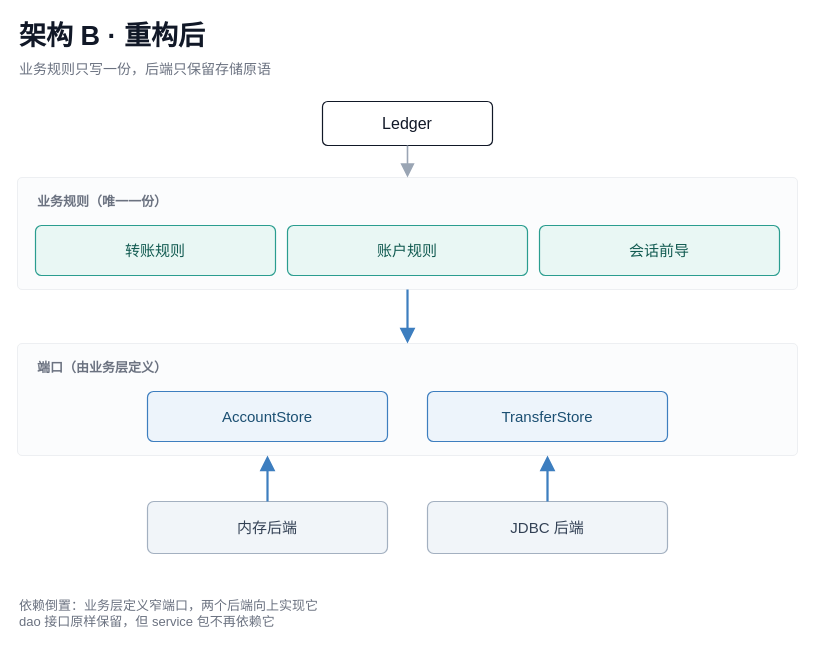
This is docs/figures/architecture-b.drawio from TheaDust/modi-agent, a draw.io file, before an edit. Source tidied: cells renumbered, new cells numbered last; positions are measured from the earlier drawing's top-left corner, leaving out a move shared by most shapes. Both pictures are drawn from the tidied source at 100%, with x=0, y=0 at pixel (17, 17).
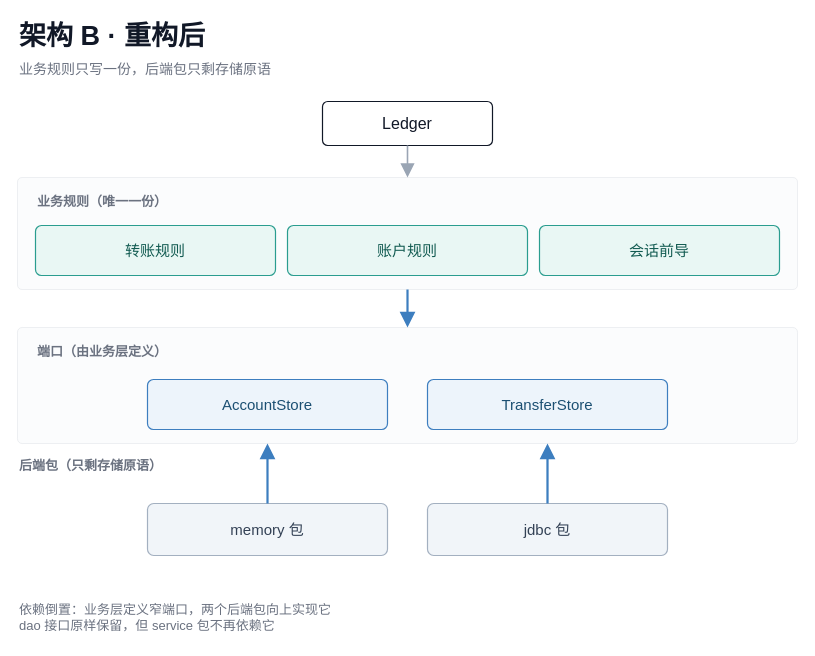
The same diagram, later.

Commit message (it also covers changes not shown here):
docs(figures): 统一两张架构图的包名术语

Unchanged cells that the change refers to:
```xml
<mxCell id="4" value="Ledger" style="rounded=1;arcSize=12;html=1;whiteSpace=wrap;fillColor=#FFFFFF;strokeColor=#111827;strokeWidth=1.2;fontSize=16;fontColor=#111827;align=center;verticalAlign=middle;" parent="1" vertex="1">
  <mxGeometry x="305" y="84" width="170" height="44" as="geometry" />
</mxCell>
<mxCell id="5" style="rounded=1;arcSize=4;html=1;fillColor=#FBFCFD;strokeColor=#EDEFF2;strokeWidth=1;" parent="1" vertex="1">
  <mxGeometry y="160" width="780" height="112" as="geometry" />
</mxCell>
```

Diff of the diagram source:
```diff
@@
-    <mxCell id="3" value="业务规则只写一份，后端只保留存储原语" style="text;html=1;whiteSpace=wrap;align=left;verticalAlign=middle;fontSize=14;fontColor=#6B7280;" parent="1" vertex="1">
+    <mxCell id="3" value="业务规则只写一份，后端包只剩存储原语" style="text;html=1;whiteSpace=wrap;align=left;verticalAlign=middle;fontSize=14;fontColor=#6B7280;" parent="1" vertex="1">
       <mxGeometry y="40" width="780" height="24" as="geometry" />
     </mxCell>
@@
     <mxCell id="10" style="rounded=1;arcSize=4;html=1;fillColor=#FBFCFD;strokeColor=#EDEFF2;strokeWidth=1;" parent="1" vertex="1">
-      <mxGeometry y="326" width="780" height="112" as="geometry" />
+      <mxGeometry y="310" width="780" height="116" as="geometry" />
     </mxCell>
     <mxCell id="11" value="端口（由业务层定义）" style="text;html=1;whiteSpace=wrap;align=left;verticalAlign=middle;fontSize=13;fontStyle=1;fontColor=#6B7280;" parent="1" vertex="1">
-      <mxGeometry x="18" y="338" width="400" height="24" as="geometry" />
+      <mxGeometry x="18" y="322" width="400" height="24" as="geometry" />
     </mxCell>
     <mxCell id="12" value="AccountStore" style="rounded=1;arcSize=12;html=1;whiteSpace=wrap;fillColor=#EDF4FB;strokeColor=#3D7EBF;strokeWidth=1.2;fontSize=15;fontColor=#1B4F72;align=center;verticalAlign=middle;" parent="1" vertex="1">
-      <mxGeometry x="130" y="374" width="240" height="50" as="geometry" />
+      <mxGeometry x="130" y="362" width="240" height="50" as="geometry" />
     </mxCell>
     <mxCell id="13" value="TransferStore" style="rounded=1;arcSize=12;html=1;whiteSpace=wrap;fillColor=#EDF4FB;strokeColor=#3D7EBF;strokeWidth=1.2;fontSize=15;fontColor=#1B4F72;align=center;verticalAlign=middle;" parent="1" vertex="1">
-      <mxGeometry x="410" y="374" width="240" height="50" as="geometry" />
+      <mxGeometry x="410" y="362" width="240" height="50" as="geometry" />
     </mxCell>
-    <mxCell id="14" value="内存后端" style="rounded=1;arcSize=12;html=1;whiteSpace=wrap;fillColor=#F1F5F9;strokeColor=#A3B0C0;strokeWidth=1.2;fontSize=15;fontColor=#334155;align=center;verticalAlign=middle;" parent="1" vertex="1">
-      <mxGeometry x="130" y="484" width="240" height="52" as="geometry" />
+    <mxCell id="14" value="后端包（只剩存储原语）" style="text;html=1;whiteSpace=wrap;align=left;verticalAlign=middle;fontSize=13;fontStyle=1;fontColor=#6B7280;" parent="1" vertex="1">
+      <mxGeometry y="436" width="780" height="24" as="geometry" />
     </mxCell>
-    <mxCell id="15" value="JDBC 后端" style="rounded=1;arcSize=12;html=1;whiteSpace=wrap;fillColor=#F1F5F9;strokeColor=#A3B0C0;strokeWidth=1.2;fontSize=15;fontColor=#334155;align=center;verticalAlign=middle;" parent="1" vertex="1">
-      <mxGeometry x="410" y="484" width="240" height="52" as="geometry" />
+    <mxCell id="15" value="memory 包" style="rounded=1;arcSize=12;html=1;whiteSpace=wrap;fillColor=#F1F5F9;strokeColor=#A3B0C0;strokeWidth=1.2;fontSize=15;fontColor=#334155;align=center;verticalAlign=middle;" parent="1" vertex="1">
+      <mxGeometry x="130" y="486" width="240" height="52" as="geometry" />
     </mxCell>
-    <mxCell id="16" style="edgeStyle=orthogonalEdgeStyle;rounded=0;html=1;strokeColor=#9AA5B4;strokeWidth=1.6;endArrow=block;endFill=1;endSize=10;exitX=0.5;exitY=1;exitDx=0;exitDy=0;entryX=0.5;entryY=0;entryDx=0;entryDy=0;" parent="1" edge="1" source="4" target="5">
-      <mxGeometry relative="1" as="geometry" />
-    </mxCell>
+    <mxCell id="21" value="jdbc 包" style="rounded=1;arcSize=12;html=1;whiteSpace=wrap;fillColor=#F1F5F9;strokeColor=#A3B0C0;strokeWidth=1.2;fontSize=15;fontColor=#334155;align=center;verticalAlign=middle;" parent="1" vertex="1">
+      <mxGeometry x="410" y="486" width="240" height="52" as="geometry" />
+    </mxCell>
-    <mxCell id="17" style="edgeStyle=orthogonalEdgeStyle;rounded=0;html=1;strokeColor=#3D7EBF;strokeWidth=2.2;endArrow=block;endFill=1;endSize=10;exitX=0.5;exitY=1;exitDx=0;exitDy=0;entryX=0.5;entryY=0;entryDx=0;entryDy=0;" parent="1" edge="1" source="5" target="10">
+    <mxCell id="17" style="edgeStyle=orthogonalEdgeStyle;rounded=0;html=1;strokeColor=#9AA5B4;strokeWidth=1.6;endArrow=block;endFill=1;endSize=10;exitX=0.5;exitY=1;exitDx=0;exitDy=0;entryX=0.5;entryY=0;entryDx=0;entryDy=0;" parent="1" edge="1" source="4" target="5">
       <mxGeometry relative="1" as="geometry" />
     </mxCell>
-    <mxCell id="18" style="edgeStyle=orthogonalEdgeStyle;rounded=0;html=1;strokeColor=#3D7EBF;strokeWidth=2.2;endArrow=block;endFill=1;endSize=10;exitX=0.5;exitY=0;exitDx=0;exitDy=0;entryX=0.3205;entryY=1;entryDx=0;entryDy=0;" parent="1" edge="1" source="14" target="10">
+    <mxCell id="18" style="edgeStyle=orthogonalEdgeStyle;rounded=0;html=1;strokeColor=#3D7EBF;strokeWidth=2.2;endArrow=block;endFill=1;endSize=10;exitX=0.5;exitY=1;exitDx=0;exitDy=0;entryX=0.5;entryY=0;entryDx=0;entryDy=0;" parent="1" edge="1" source="5" target="10">
       <mxGeometry relative="1" as="geometry" />
     </mxCell>
-    <mxCell id="19" style="edgeStyle=orthogonalEdgeStyle;rounded=0;html=1;strokeColor=#3D7EBF;strokeWidth=2.2;endArrow=block;endFill=1;endSize=10;exitX=0.5;exitY=0;exitDx=0;exitDy=0;entryX=0.6795;entryY=1;entryDx=0;entryDy=0;" parent="1" edge="1" source="15" target="10">
+    <mxCell id="19" style="edgeStyle=orthogonalEdgeStyle;rounded=0;html=1;strokeColor=#3D7EBF;strokeWidth=2.2;endArrow=block;endFill=1;endSize=10;exitX=0.5;exitY=0;exitDx=0;exitDy=0;entryX=0.3205;entryY=1;entryDx=0;entryDy=0;" parent="1" edge="1" source="15" target="10">
       <mxGeometry relative="1" as="geometry" />
     </mxCell>
-    <mxCell id="20" value="依赖倒置：业务层定义窄端口，两个后端向上实现它&#10;dao 接口原样保留，但 service 包不再依赖它" style="text;html=1;whiteSpace=wrap;align=left;verticalAlign=middle;fontSize=13;fontColor=#6B7280;" parent="1" vertex="1">
-      <mxGeometry y="574" width="780" height="44" as="geometry" />
-    </mxCell>
+    <mxCell id="22" style="edgeStyle=orthogonalEdgeStyle;rounded=0;html=1;strokeColor=#3D7EBF;strokeWidth=2.2;endArrow=block;endFill=1;endSize=10;exitX=0.5;exitY=0;exitDx=0;exitDy=0;entryX=0.6795;entryY=1;entryDx=0;entryDy=0;" parent="1" edge="1" source="21" target="10">
+      <mxGeometry relative="1" as="geometry" />
+    </mxCell>
+    <mxCell id="23" value="依赖倒置：业务层定义窄端口，两个后端包向上实现它&#10;dao 接口原样保留，但 service 包不再依赖它" style="text;html=1;whiteSpace=wrap;align=left;verticalAlign=middle;fontSize=13;fontColor=#6B7280;" parent="1" vertex="1">
+      <mxGeometry y="578" width="780" height="44" as="geometry" />
+    </mxCell>
```
